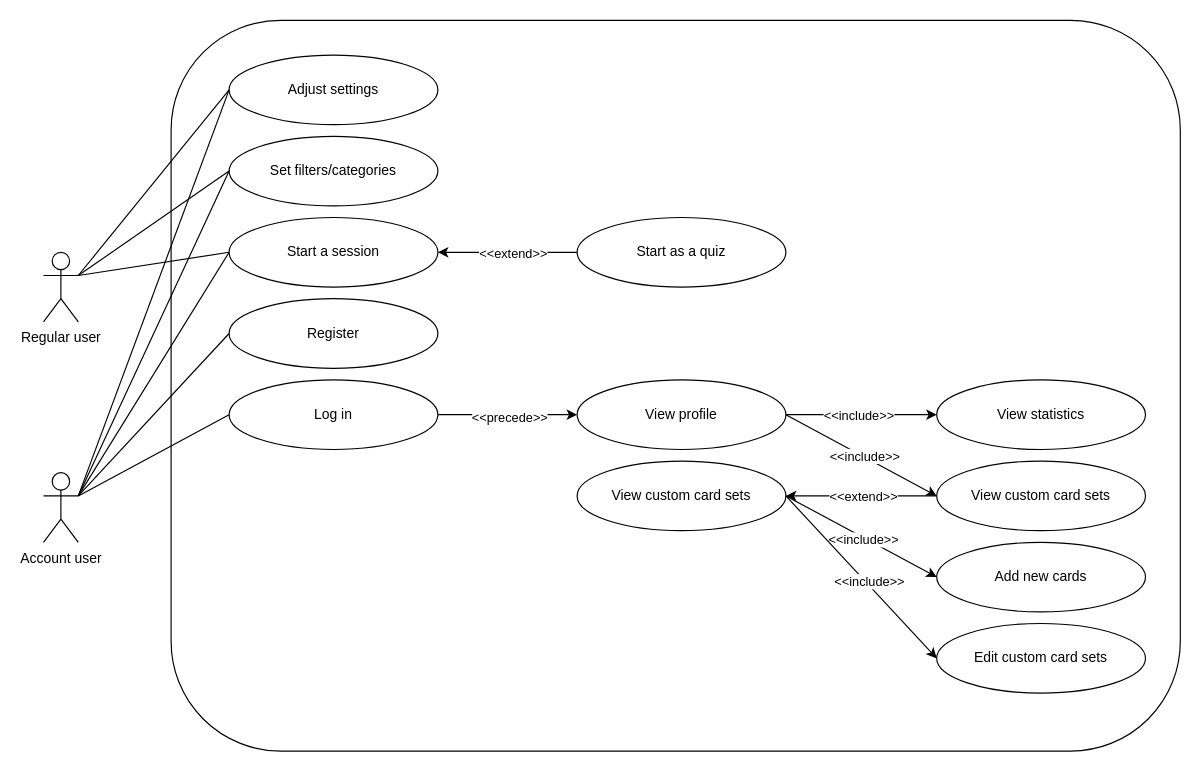
Before: docs/diagrams/use_case/linguaFlashUseCase.drawio in empty-works/lingua-flash, a draw.io diagram. Source tidied: cells renumbered, new cells numbered last; positions are measured from the earlier drawing's top-left corner, leaving out a move shared by most shapes. Both pictures are drawn from the tidied source at 116%, with x=0, y=0 at pixel (43, 20).
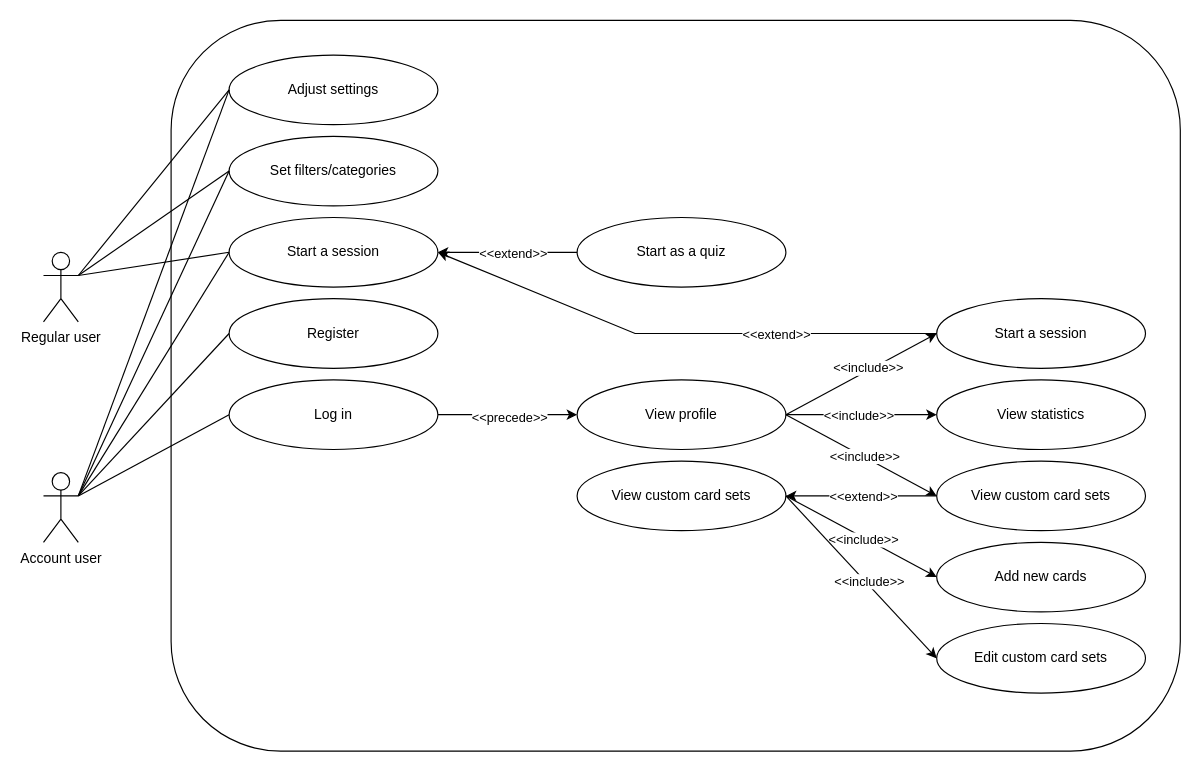
The same page after the edit.

Commit message:
Update linguaFlashUseCase.drawio - updated view profile process.

Unchanged cells that the change refers to:
```xml
<mxCell id="5" value="Start a session" style="ellipse;whiteSpace=wrap;html=1;" parent="1" vertex="1">
  <mxGeometry x="160" y="170" width="180" height="60" as="geometry" />
</mxCell>
<mxCell id="8" value="View profile" style="ellipse;whiteSpace=wrap;html=1;" parent="1" vertex="1">
  <mxGeometry x="460" y="310" width="180" height="60" as="geometry" />
</mxCell>
```

Diff of the diagram source:
```diff
@@
+    <mxCell id="39" value="Start a session" style="ellipse;whiteSpace=wrap;html=1;" parent="1" vertex="1">
+      <mxGeometry x="770" y="240" width="180" height="60" as="geometry" />
+    </mxCell>
+    <mxCell id="40" style="endArrow=classic;html=1;rounded=0;exitX=1;exitY=0.5;exitDx=0;exitDy=0;entryX=0;entryY=0.5;entryDx=0;entryDy=0;" parent="1" edge="1" source="8" target="39">
+      <mxGeometry relative="1" as="geometry" />
+    </mxCell>
+    <mxCell id="41" value="&amp;lt;&amp;lt;include&amp;gt;&amp;gt;" style="edgeLabel;html=1;align=center;verticalAlign=middle;" parent="40" vertex="1">
+      <mxGeometry x="0.46" y="1" relative="1" as="geometry">
+        <mxPoint x="-24" y="12" as="offset" />
+      </mxGeometry>
+    </mxCell>
+    <mxCell id="42" style="endArrow=classic;html=1;rounded=0;exitX=0;exitY=0.5;exitDx=0;exitDy=0;entryX=1;entryY=0.5;entryDx=0;entryDy=0;" parent="1" edge="1" source="39" target="5">
+      <mxGeometry relative="1" as="geometry">
+        <Array as="points">
+          <mxPoint x="510" y="270" />
+        </Array>
+      </mxGeometry>
+    </mxCell>
+    <mxCell id="43" value="&amp;lt;&amp;lt;extend&amp;gt;&amp;gt;" style="edgeLabel;html=1;align=center;verticalAlign=middle;" parent="42" vertex="1">
+      <mxGeometry x="-0.21" y="-1" relative="1" as="geometry">
+        <mxPoint x="36" y="1" as="offset" />
+      </mxGeometry>
+    </mxCell>
```
